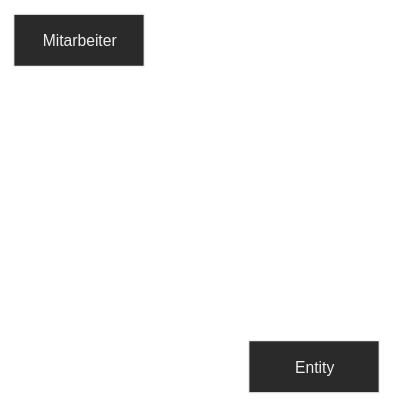
Above: htbluva_sbg_fsst/Db/Untitled Diagram.svg in s-grundner/Elektronik (draw.io), before the change. Source tidied: cells renumbered, new cells last; positions are measured from the earlier drawing's top-left corner, leaving out a move shared by most shapes.
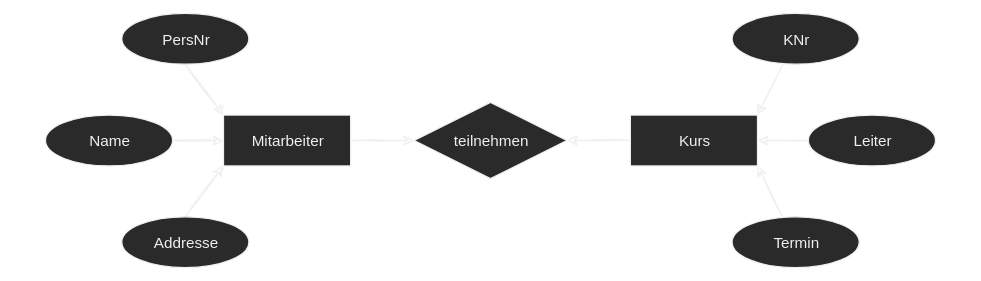
The same diagram one commit later.

The edit, as a diff of the source:
```diff
@@ -2,11 +2,56 @@
   <root>
     <mxCell id="0" />
     <mxCell id="1" parent="0" />
+    <mxCell id="4" style="edgeStyle=none;html=1;exitX=1;exitY=0.5;exitDx=0;exitDy=0;entryX=0;entryY=0.5;entryDx=0;entryDy=0;" parent="1" edge="1" source="2" target="6">
+      <mxGeometry relative="1" as="geometry" />
+    </mxCell>
     <mxCell id="2" value="Mitarbeiter" style="whiteSpace=wrap;html=1;align=center;sketch=0;" parent="1" vertex="1">
       <mxGeometry width="100" height="40" as="geometry" />
     </mxCell>
+    <mxCell id="5" style="edgeStyle=none;html=1;exitX=0;exitY=0.5;exitDx=0;exitDy=0;entryX=1;entryY=0.5;entryDx=0;entryDy=0;" parent="1" edge="1" source="3" target="6">
+      <mxGeometry relative="1" as="geometry" />
+    </mxCell>
-    <mxCell id="3" value="Entity" style="whiteSpace=wrap;html=1;align=center;sketch=0;" parent="1" vertex="1">
-      <mxGeometry x="180" y="250" width="100" height="40" as="geometry" />
+    <mxCell id="3" value="Kurs" style="whiteSpace=wrap;html=1;align=center;sketch=0;" parent="1" vertex="1">
+      <mxGeometry x="320" width="100" height="40" as="geometry" />
     </mxCell>
+    <mxCell id="6" value="teilnehmen" style="shape=rhombus;perimeter=rhombusPerimeter;whiteSpace=wrap;html=1;align=center;sketch=0;" parent="1" vertex="1">
+      <mxGeometry x="150" y="-10" width="120" height="60" as="geometry" />
+    </mxCell>
+    <mxCell id="7" style="edgeStyle=none;html=1;exitX=0.5;exitY=1;exitDx=0;exitDy=0;entryX=0;entryY=0;entryDx=0;entryDy=0;" parent="1" edge="1" source="8" target="2">
+      <mxGeometry relative="1" as="geometry" />
+    </mxCell>
+    <mxCell id="8" value="PersNr" style="ellipse;whiteSpace=wrap;html=1;align=center;sketch=0;" parent="1" vertex="1">
+      <mxGeometry x="-80" y="-80" width="100" height="40" as="geometry" />
+    </mxCell>
+    <mxCell id="9" style="edgeStyle=none;html=1;entryX=0;entryY=0.5;entryDx=0;entryDy=0;" parent="1" edge="1" source="10" target="2">
+      <mxGeometry relative="1" as="geometry" />
+    </mxCell>
+    <mxCell id="10" value="Name" style="ellipse;whiteSpace=wrap;html=1;align=center;sketch=0;" parent="1" vertex="1">
+      <mxGeometry x="-140" width="100" height="40" as="geometry" />
+    </mxCell>
+    <mxCell id="11" style="edgeStyle=none;html=1;exitX=0.5;exitY=0;exitDx=0;exitDy=0;entryX=0;entryY=1;entryDx=0;entryDy=0;" parent="1" edge="1" source="12" target="2">
+      <mxGeometry relative="1" as="geometry" />
+    </mxCell>
+    <mxCell id="12" value="Addresse" style="ellipse;whiteSpace=wrap;html=1;align=center;sketch=0;" parent="1" vertex="1">
+      <mxGeometry x="-80" y="80" width="100" height="40" as="geometry" />
+    </mxCell>
+    <mxCell id="13" style="edgeStyle=none;html=1;entryX=1;entryY=0;entryDx=0;entryDy=0;" parent="1" edge="1" source="14" target="3">
+      <mxGeometry relative="1" as="geometry" />
+    </mxCell>
+    <mxCell id="14" value="KNr" style="ellipse;whiteSpace=wrap;html=1;align=center;sketch=0;" parent="1" vertex="1">
+      <mxGeometry x="400" y="-80" width="100" height="40" as="geometry" />
+    </mxCell>
+    <mxCell id="15" style="edgeStyle=none;html=1;exitX=0;exitY=0.5;exitDx=0;exitDy=0;entryX=1;entryY=0.5;entryDx=0;entryDy=0;" parent="1" edge="1" source="16" target="3">
+      <mxGeometry relative="1" as="geometry" />
+    </mxCell>
+    <mxCell id="16" value="Leiter" style="ellipse;whiteSpace=wrap;html=1;align=center;sketch=0;" parent="1" vertex="1">
+      <mxGeometry x="460" width="100" height="40" as="geometry" />
+    </mxCell>
+    <mxCell id="17" style="edgeStyle=none;html=1;entryX=1;entryY=1;entryDx=0;entryDy=0;" parent="1" edge="1" source="18" target="3">
+      <mxGeometry relative="1" as="geometry" />
+    </mxCell>
+    <mxCell id="18" value="Termin" style="ellipse;whiteSpace=wrap;html=1;align=center;sketch=0;" parent="1" vertex="1">
+      <mxGeometry x="400" y="80" width="100" height="40" as="geometry" />
+    </mxCell>
   </root>
 </mxGraphModel>
```
